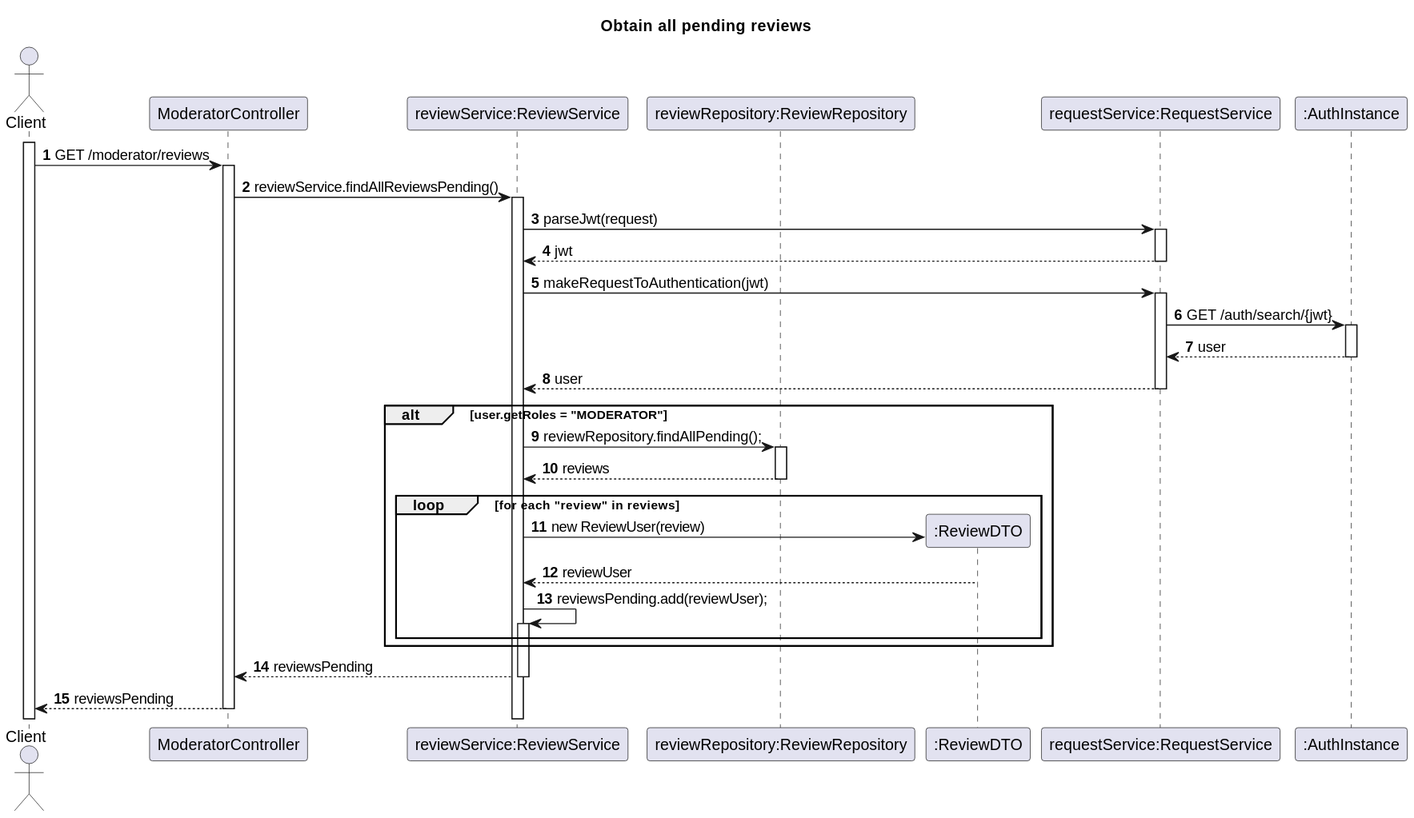
The PlantUML diagram Docs/US09-SD.svg in TiagoNora/SIDIS-Docs, before a commit.
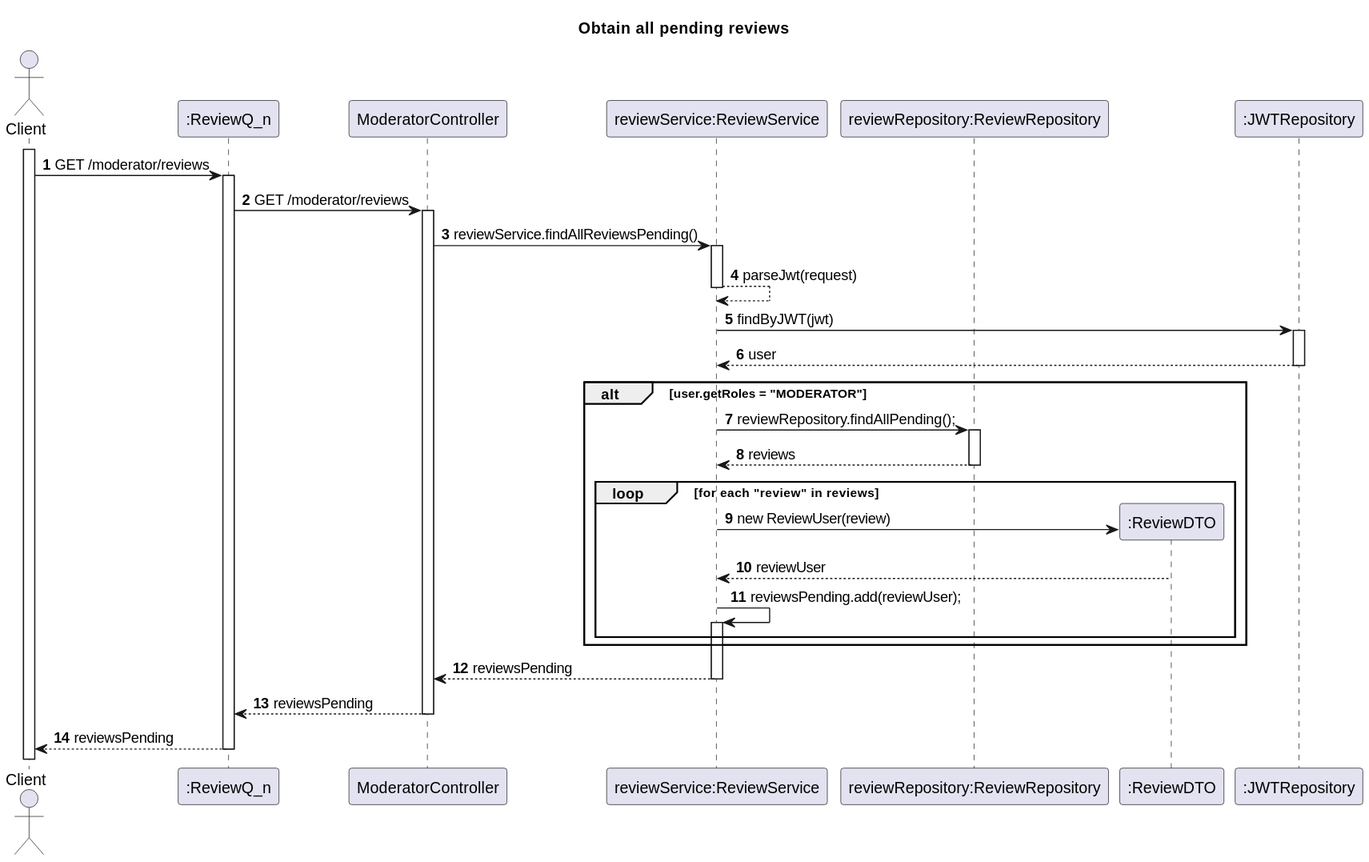
Later version of the same file.

The edit, as a diff of the source:
```diff
@@ -5,23 +5,21 @@
 autonumber
 
 actor "Client" as client
+participant ":ReviewQ_n" as reviewQ
 participant "ModeratorController" as controller
 participant "reviewService:ReviewService" as service
 participant "reviewRepository:ReviewRepository" as repository
 participant ":ReviewDTO" as reviewUser
-participant "requestService:RequestService" as request
-participant ":AuthInstance" as instanceAuth
+participant ":JWTRepository" as jwtRepository
 
 activate client
 
-client -> controller: GET /moderator/reviews
+client -> reviewQ: GET /moderator/reviews
+reviewQ -> controller: GET /moderator/reviews
 controller -> service : reviewService.findAllReviewsPending()
-service -> request : parseJwt(request)
-request --> service: jwt
-service -> request: makeRequestToAuthentication(jwt)
-request -> instanceAuth: GET /auth/search/{jwt}
-instanceAuth --> request: user
-request --> service: user
+service --> service : parseJwt(request)
+service -> jwtRepository: findByJWT(jwt)
+jwtRepository --> service: user
 alt user.getRoles = "MODERATOR"
 service -> repository: reviewRepository.findAllPending();
 repository --> service: reviews
@@ -32,6 +30,7 @@
 end loop
 end
 service --> controller: reviewsPending
-controller --> client: reviewsPending
+controller --> reviewQ: reviewsPending
+reviewQ --> client: reviewsPending
 
 @enduml
```
